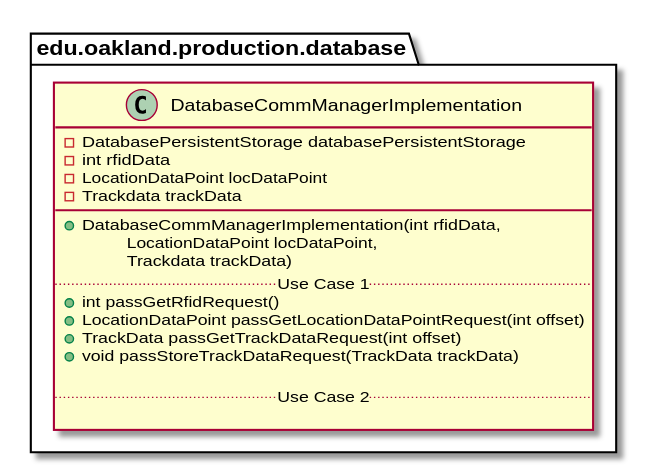
This is docs/uml-class-diagrams/database/production/DatabaseCommManagerImplementation/DatabaseCommManagerImplementation.svg from andrewdimmer/csi-3370-software-project, a PlantUML export, as it was before one commit.
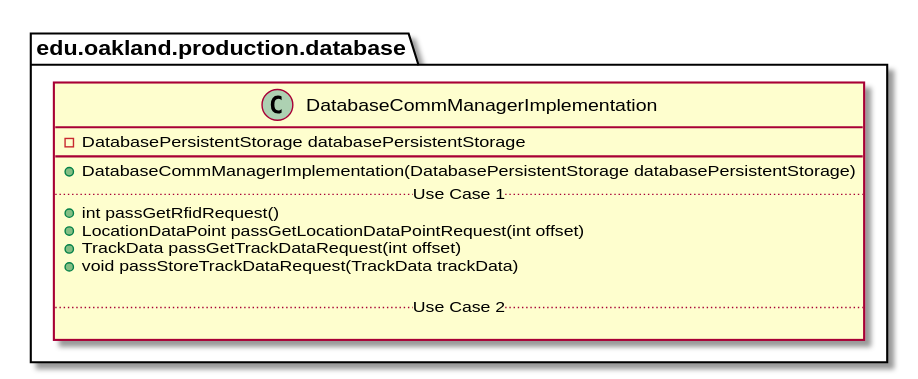
After the change.

The edit, as a diff of the source:
```diff
@@ -3,13 +3,8 @@
 package edu.oakland.production.database {
     class DatabaseCommManagerImplementation {
         - DatabasePersistentStorage databasePersistentStorage
-        - int rfidData
-        - LocationDataPoint locDataPoint
-        - Trackdata trackData
         __
-        + DatabaseCommManagerImplementation(int rfidData,
-         \tLocationDataPoint locDataPoint,
-         \tTrackdata trackData)
+        + DatabaseCommManagerImplementation(DatabasePersistentStorage databasePersistentStorage)
         .. Use Case 1 ..
         + int passGetRfidRequest()
         + LocationDataPoint passGetLocationDataPointRequest(int offset)
```
